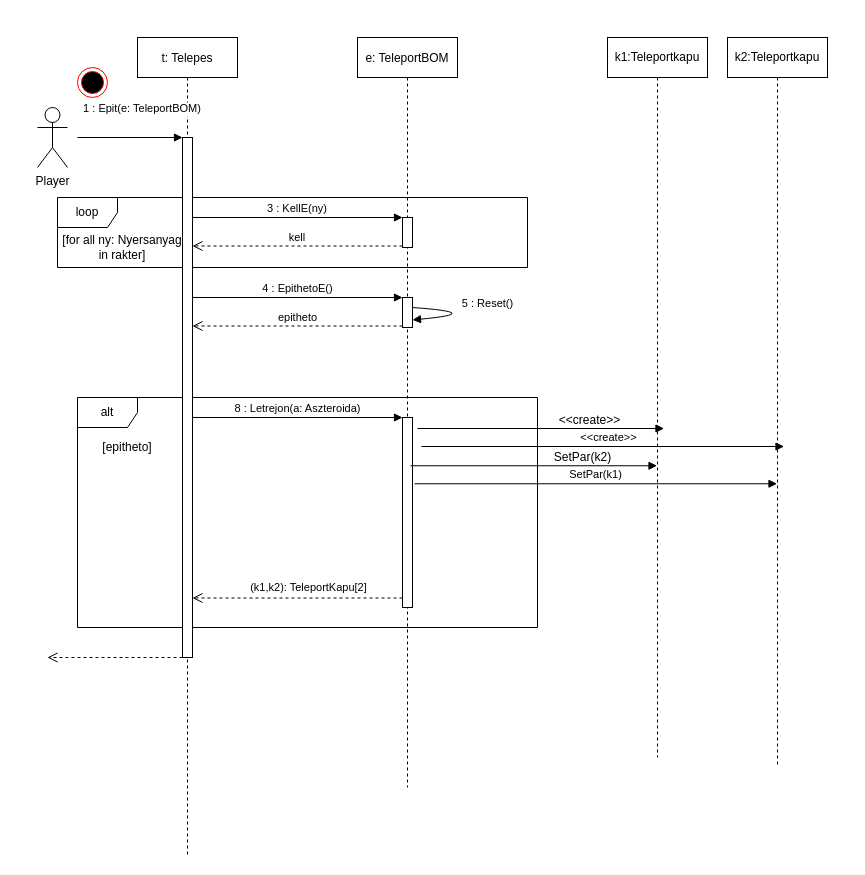
Earlier version of the draw.io diagram page "Page-2" (1 of 2) of doc/uml/szekvencia_teleportEpit.drawio (torpeBoiGo/aszteroidabanyaszat). Source tidied: cells renumbered, new cells numbered last; positions are measured from the earlier drawing's top-left corner, leaving out a move shared by most shapes. Both pictures are drawn from the tidied source at 100%, with x=0, y=0 at pixel (37, 37).
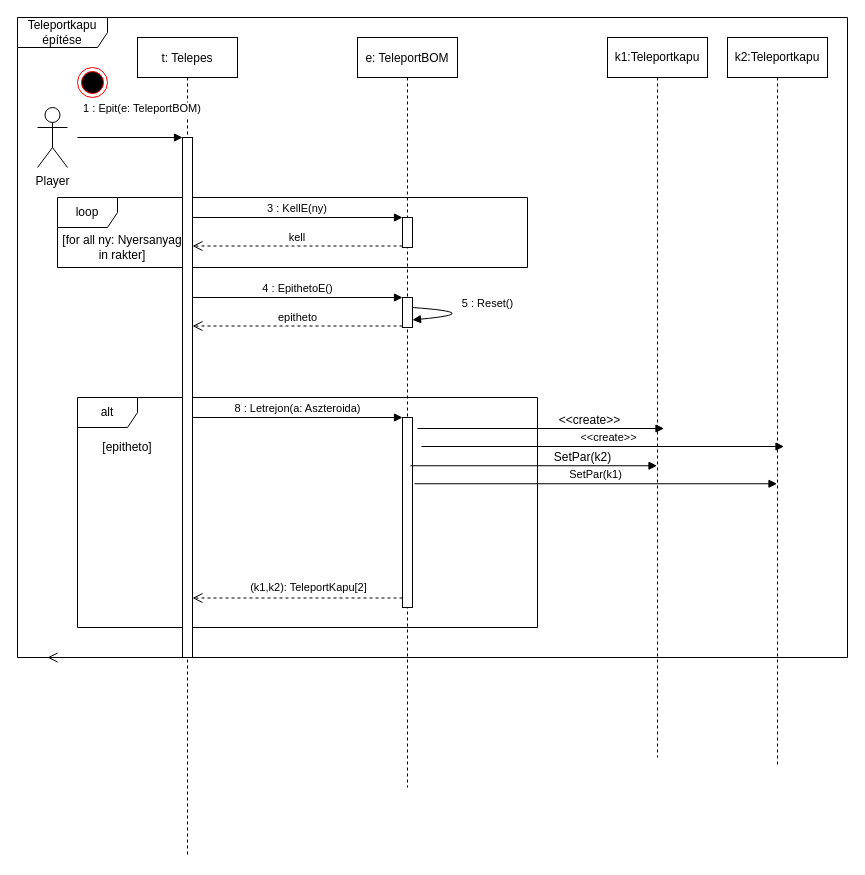
The same diagram, later.

Diff of the diagram source:
```diff
@@
+    <mxCell id="32" value="Teleportkapu építése" style="shape=umlFrame;whiteSpace=wrap;html=1;width=90;height=30;" parent="1" vertex="1">
+      <mxGeometry x="-20" y="-20" width="830" height="640" as="geometry" />
+    </mxCell>
```
